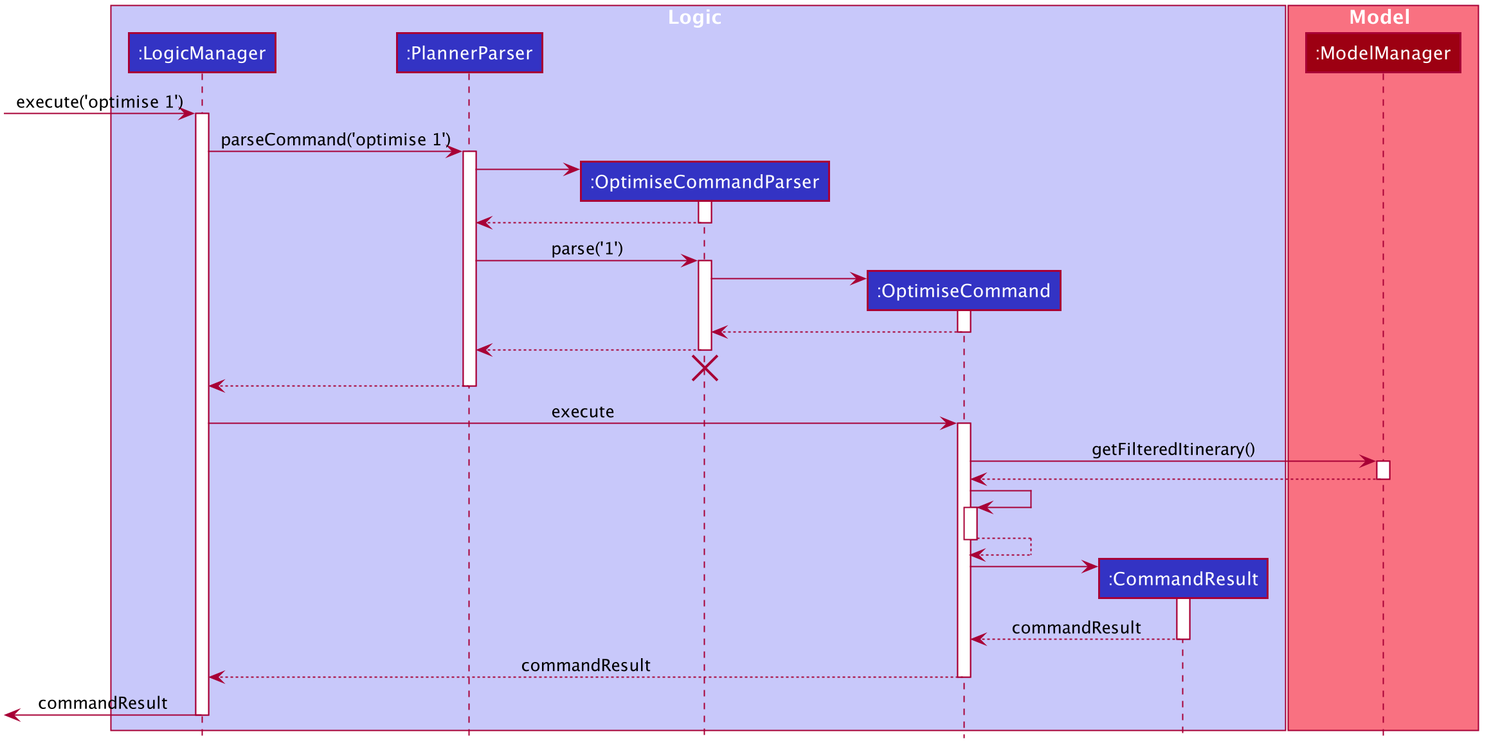
nus-cs2103-AY1920S1/addressbook-level3 keeps this PlantUML diagram as docs/images/OptimiseSequenceDiagram.png. Above is the earlier version.
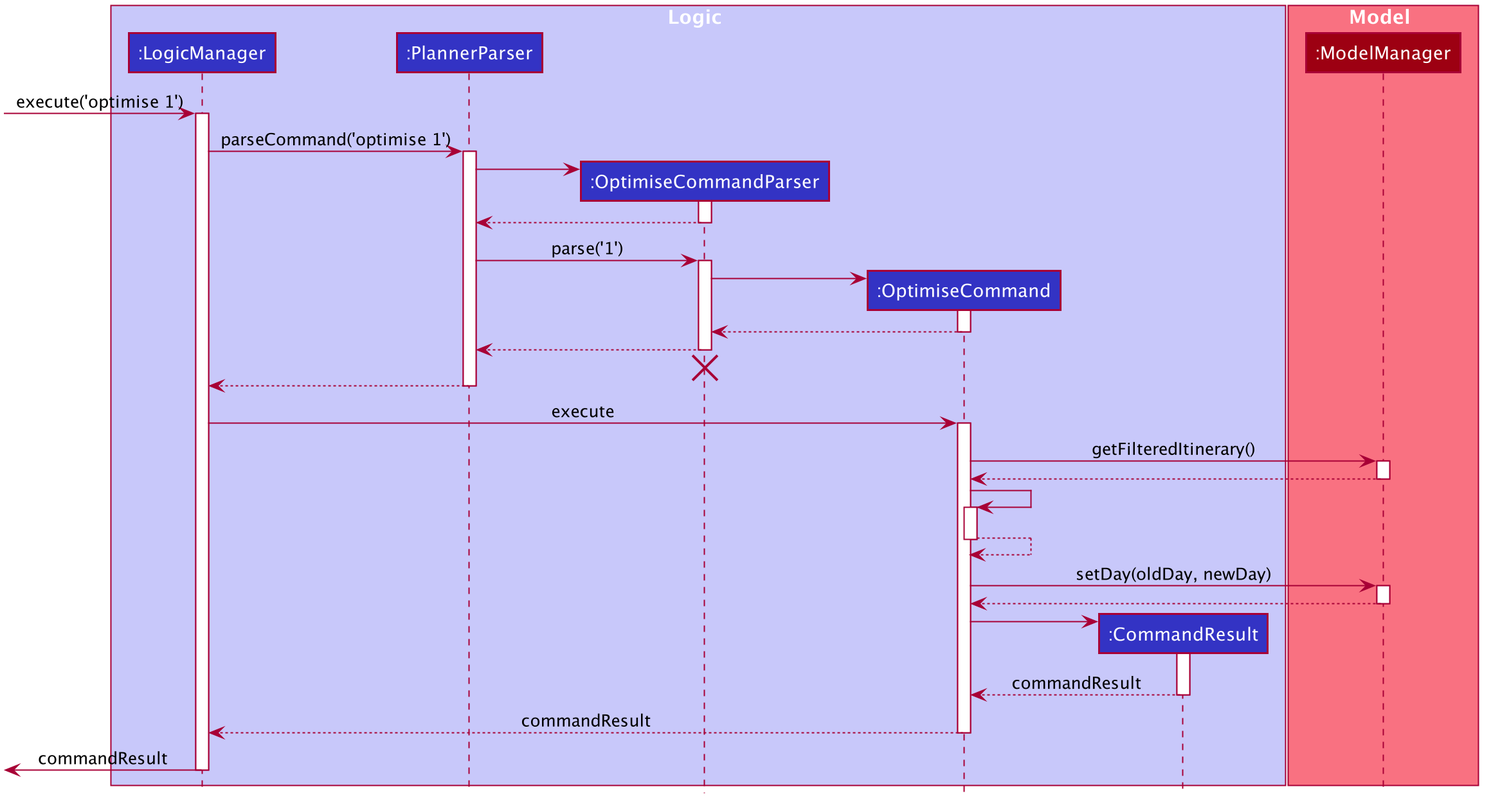
After the commit.

Change to the diagram source:
```diff
@@ -107,6 +107,12 @@
 OptimiseCommand --> OptimiseCommand
 deactivate OptimiseCommand
 
+OptimiseCommand -> ModelManager : setDay(oldDay, newDay)
+activate ModelManager
+
+ModelManager --> OptimiseCommand
+deactivate ModelManager
+
 create CommandResult
 OptimiseCommand -> CommandResult
 activate CommandResult
```
